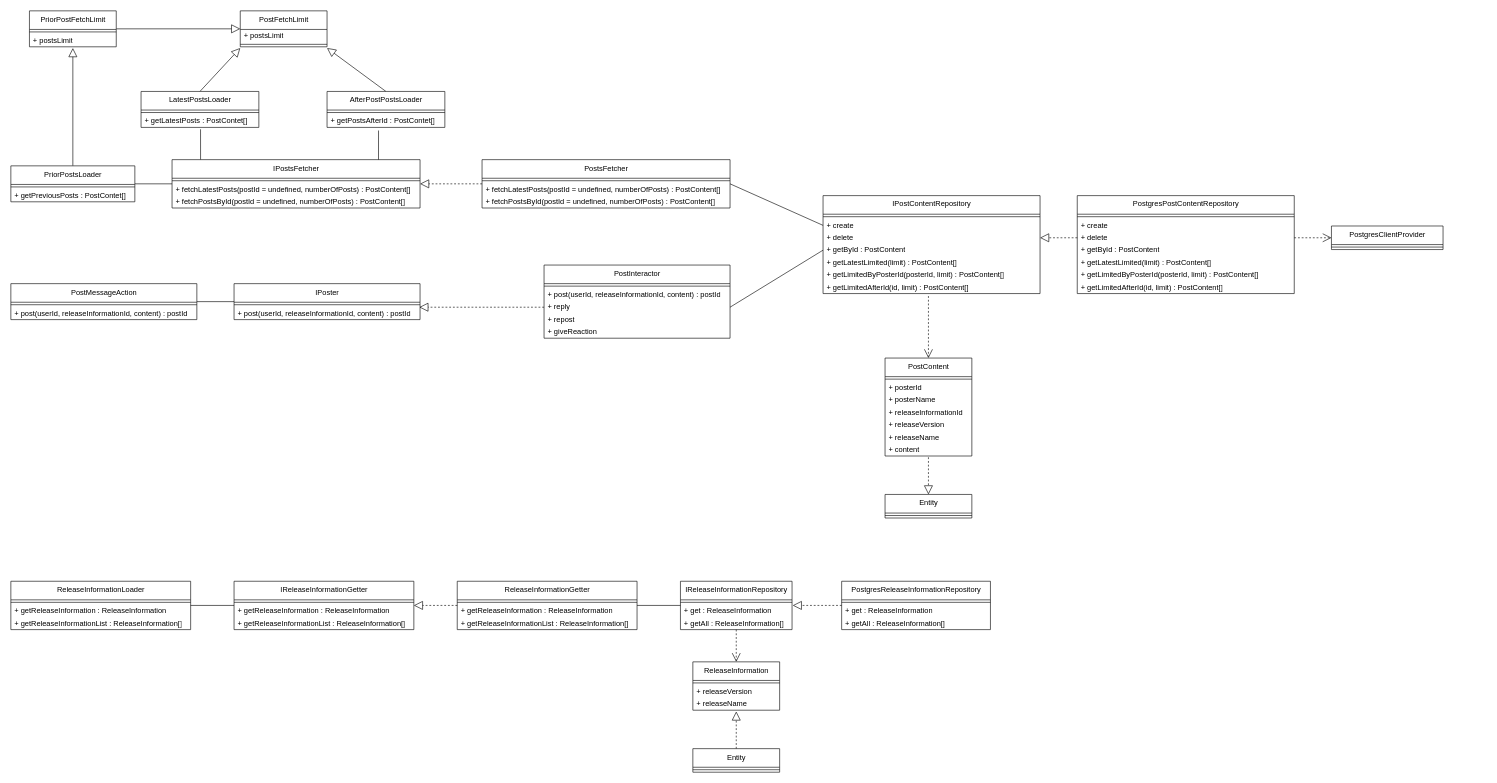
Before: page "PostModule" (5 of 7) of project-designs/class-diagrams/ff14-sns.drawio in Mouwf/FF14SNS, a draw.io diagram. Source tidied: cells renumbered, new cells numbered last; positions are measured from the earlier drawing's top-left corner, leaving out a move shared by most shapes. Both pictures are drawn from the tidied source at 62%, with x=0, y=0 at pixel (11, 11).
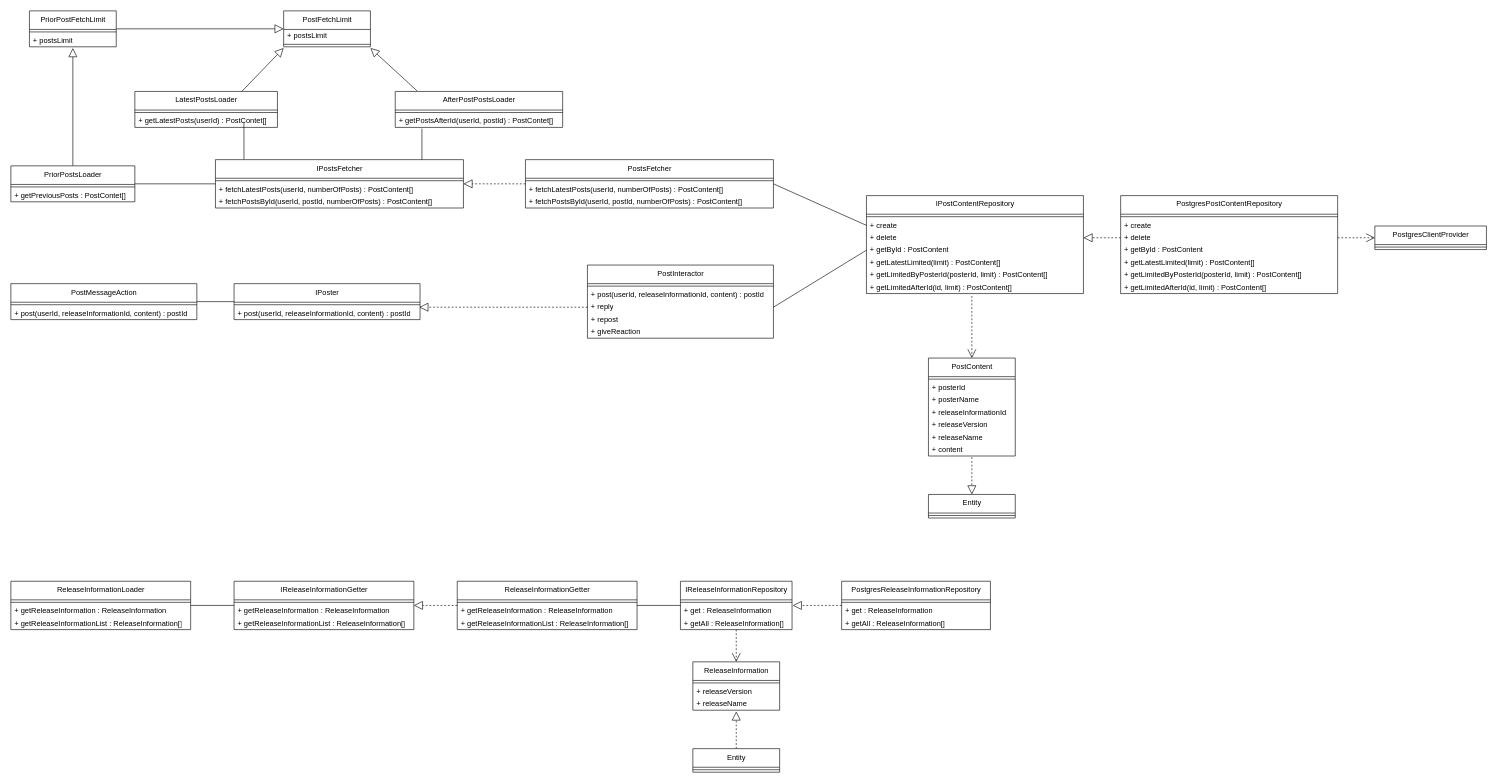
The same diagram, later.

Change to the diagram source:
```diff
@@
     <mxCell id="2" value="PostInteractor" style="swimlane;fontStyle=0;align=center;verticalAlign=top;horizontal=1;startSize=30;html=1;" parent="1" vertex="1">
-      <mxGeometry x="860" y="410" width="300" height="118" as="geometry" />
+      <mxGeometry x="930" y="410" width="300" height="118" as="geometry" />
     </mxCell>
@@
-    <mxCell id="8" style="edgeStyle=none;html=1;exitX=0.505;exitY=1.15;exitDx=0;exitDy=0;entryX=0.115;entryY=0;entryDx=0;entryDy=0;endArrow=none;endFill=0;exitPerimeter=0;entryPerimeter=0;" parent="1" edge="1" source="12" target="13">
+    <mxCell id="8" style="edgeStyle=none;html=1;exitX=0.765;exitY=0.6;exitDx=0;exitDy=0;entryX=0.115;entryY=0;entryDx=0;entryDy=0;endArrow=none;endFill=0;exitPerimeter=0;entryPerimeter=0;" parent="1" edge="1" source="12" target="13">
       <mxGeometry relative="1" as="geometry" />
     </mxCell>
-    <mxCell id="9" style="edgeStyle=none;html=1;exitX=0.5;exitY=0;exitDx=0;exitDy=0;endArrow=block;endFill=0;endSize=12;" parent="1" edge="1" source="10">
+    <mxCell id="9" style="edgeStyle=none;html=1;exitX=0.75;exitY=0;exitDx=0;exitDy=0;endArrow=block;endFill=0;endSize=12;" parent="1" edge="1" source="10">
       <mxGeometry relative="1" as="geometry">
-        <mxPoint x="370" y="60" as="targetPoint" />
+        <mxPoint x="440" y="60" as="targetPoint" />
       </mxGeometry>
     </mxCell>
     <mxCell id="10" value="LatestPostsLoader" style="swimlane;fontStyle=0;align=center;verticalAlign=top;horizontal=1;startSize=30;html=1;" parent="1" vertex="1">
-      <mxGeometry x="210" y="130" width="190" height="58" as="geometry" />
+      <mxGeometry x="200" y="130" width="230" height="58" as="geometry" />
     </mxCell>
     <mxCell id="11" style="line;strokeWidth=1;fillColor=none;align=left;verticalAlign=middle;spacingTop=-1;spacingLeft=3;spacingRight=3;labelPosition=right;" parent="10" vertex="1">
-      <mxGeometry y="30" width="190" height="8" as="geometry" />
+      <mxGeometry y="30" width="230" height="8" as="geometry" />
     </mxCell>
-    <mxCell id="12" value="+ getLatestPosts : PostContet[]" style="text;html=1;strokeColor=none;fillColor=none;align=left;verticalAlign=middle;spacingLeft=4;spacingRight=4;overflow=hidden;points=[[0,0.5],[1,0.5]];portConstraint=eastwest;" parent="10" vertex="1">
-      <mxGeometry y="38" width="190" height="20" as="geometry" />
+    <mxCell id="12" value="+ getLatestPosts(userId) : PostContet[]" style="text;html=1;strokeColor=none;fillColor=none;align=left;verticalAlign=middle;spacingLeft=4;spacingRight=4;overflow=hidden;points=[[0,0.5],[1,0.5]];portConstraint=eastwest;" parent="10" vertex="1">
+      <mxGeometry y="38" width="230" height="20" as="geometry" />
     </mxCell>
     <mxCell id="13" value="IPostsFetcher" style="swimlane;fontStyle=0;align=center;verticalAlign=top;horizontal=1;startSize=30;html=1;" parent="1" vertex="1">
-      <mxGeometry x="260" y="240" width="400" height="78" as="geometry" />
+      <mxGeometry x="330" y="240" width="400" height="78" as="geometry" />
     </mxCell>
@@
-    <mxCell id="15" value="+ fetchLatestPosts(postId = undefined, numberOfPosts) : PostContent[]" style="text;html=1;strokeColor=none;fillColor=none;align=left;verticalAlign=middle;spacingLeft=4;spacingRight=4;overflow=hidden;" parent="13" vertex="1">
+    <mxCell id="15" value="+ fetchLatestPosts(userId, numberOfPosts) : PostContent[]" style="text;html=1;strokeColor=none;fillColor=none;align=left;verticalAlign=middle;spacingLeft=4;spacingRight=4;overflow=hidden;" parent="13" vertex="1">
       <mxGeometry y="38" width="400" height="20" as="geometry" />
     </mxCell>
-    <mxCell id="16" value="+ fetchPostsById(postId = undefined, numberOfPosts) : PostContent[]" style="text;html=1;strokeColor=none;fillColor=none;align=left;verticalAlign=middle;spacingLeft=4;spacingRight=4;overflow=hidden;" parent="13" vertex="1">
+    <mxCell id="16" value="+ fetchPostsById(userId,&amp;nbsp;postId, numberOfPosts) : PostContent[]" style="text;html=1;strokeColor=none;fillColor=none;align=left;verticalAlign=middle;spacingLeft=4;spacingRight=4;overflow=hidden;" parent="13" vertex="1">
       <mxGeometry y="58" width="400" height="20" as="geometry" />
     </mxCell>
@@
     <mxCell id="19" value="PostsFetcher" style="swimlane;fontStyle=0;align=center;verticalAlign=top;horizontal=1;startSize=30;html=1;" parent="1" vertex="1">
-      <mxGeometry x="760" y="240" width="400" height="78" as="geometry" />
+      <mxGeometry x="830" y="240" width="400" height="78" as="geometry" />
     </mxCell>
@@
-    <mxCell id="21" value="+ fetchLatestPosts(postId = undefined, numberOfPosts) : PostContent[]" style="text;html=1;strokeColor=none;fillColor=none;align=left;verticalAlign=middle;spacingLeft=4;spacingRight=4;overflow=hidden;" parent="19" vertex="1">
+    <mxCell id="21" value="+ fetchLatestPosts(userId, numberOfPosts) : PostContent[]" style="text;html=1;strokeColor=none;fillColor=none;align=left;verticalAlign=middle;spacingLeft=4;spacingRight=4;overflow=hidden;" parent="19" vertex="1">
       <mxGeometry y="38" width="400" height="20" as="geometry" />
     </mxCell>
-    <mxCell id="22" value="+ fetchPostsById(postId = undefined, numberOfPosts) : PostContent[]" style="text;html=1;strokeColor=none;fillColor=none;align=left;verticalAlign=middle;spacingLeft=4;spacingRight=4;overflow=hidden;" parent="19" vertex="1">
+    <mxCell id="22" value="+ fetchPostsById(userId,&amp;nbsp;postId, numberOfPosts) : PostContent[]" style="text;html=1;strokeColor=none;fillColor=none;align=left;verticalAlign=middle;spacingLeft=4;spacingRight=4;overflow=hidden;" parent="19" vertex="1">
       <mxGeometry y="58" width="400" height="20" as="geometry" />
     </mxCell>
     <mxCell id="23" value="IPostContentRepository" style="swimlane;fontStyle=0;align=center;verticalAlign=top;horizontal=1;startSize=30;html=1;" parent="1" vertex="1">
-      <mxGeometry x="1310" y="298" width="350" height="158" as="geometry" />
+      <mxGeometry x="1380" y="298" width="350" height="158" as="geometry" />
     </mxCell>
@@
     <mxCell id="31" value="PostContent" style="swimlane;fontStyle=0;align=center;verticalAlign=top;horizontal=1;startSize=30;html=1;" parent="1" vertex="1">
-      <mxGeometry x="1410" y="560" width="140" height="158" as="geometry" />
+      <mxGeometry x="1480" y="560" width="140" height="158" as="geometry" />
     </mxCell>
@@
     <mxCell id="39" value="Entity" style="swimlane;fontStyle=0;align=center;verticalAlign=top;horizontal=1;startSize=30;html=1;" parent="1" vertex="1">
-      <mxGeometry x="1410" y="780" width="140" height="38" as="geometry" />
+      <mxGeometry x="1480" y="780" width="140" height="38" as="geometry" />
     </mxCell>
@@
     <mxCell id="41" style="edgeStyle=none;html=1;entryX=0.5;entryY=0;entryDx=0;entryDy=0;dashed=1;endArrow=open;endFill=0;endSize=12;" parent="1" edge="1" target="31">
       <mxGeometry relative="1" as="geometry">
-        <mxPoint x="1480" y="460" as="sourcePoint" />
+        <mxPoint x="1550" y="460" as="sourcePoint" />
       </mxGeometry>
     </mxCell>
@@
-    <mxCell id="47" style="edgeStyle=none;html=1;endArrow=none;endFill=0;exitX=0.437;exitY=1.25;exitDx=0;exitDy=0;exitPerimeter=0;" parent="1" edge="1" source="51">
+    <mxCell id="47" style="edgeStyle=none;html=1;endArrow=none;endFill=0;" parent="1" edge="1">
       <mxGeometry relative="1" as="geometry">
-        <mxPoint x="593" y="240" as="targetPoint" />
+        <mxPoint x="663" y="190" as="sourcePoint" />
+        <mxPoint x="663" y="240" as="targetPoint" />
       </mxGeometry>
     </mxCell>
-    <mxCell id="48" style="edgeStyle=none;html=1;exitX=0.5;exitY=0;exitDx=0;exitDy=0;endArrow=block;endFill=0;endSize=12;" parent="1" edge="1" source="49">
+    <mxCell id="48" style="edgeStyle=none;html=1;exitX=0.13;exitY=-0.017;exitDx=0;exitDy=0;endArrow=block;endFill=0;endSize=12;exitPerimeter=0;" parent="1" edge="1" source="49">
       <mxGeometry relative="1" as="geometry">
-        <mxPoint x="510" y="60" as="targetPoint" />
+        <mxPoint x="580" y="60" as="targetPoint" />
       </mxGeometry>
     </mxCell>
     <mxCell id="49" value="AfterPostPostsLoader" style="swimlane;fontStyle=0;align=center;verticalAlign=top;horizontal=1;startSize=30;html=1;" parent="1" vertex="1">
-      <mxGeometry x="510" y="130" width="190" height="58" as="geometry" />
+      <mxGeometry x="620" y="130" width="270" height="58" as="geometry" />
     </mxCell>
     <mxCell id="50" style="line;strokeWidth=1;fillColor=none;align=left;verticalAlign=middle;spacingTop=-1;spacingLeft=3;spacingRight=3;labelPosition=right;" parent="49" vertex="1">
-      <mxGeometry y="30" width="190" height="8" as="geometry" />
+      <mxGeometry y="30" width="270" height="8" as="geometry" />
     </mxCell>
-    <mxCell id="51" value="+ getPostsAfterId : PostContet[]" style="text;html=1;strokeColor=none;fillColor=none;align=left;verticalAlign=middle;spacingLeft=4;spacingRight=4;overflow=hidden;points=[[0,0.5],[1,0.5]];portConstraint=eastwest;" parent="49" vertex="1">
-      <mxGeometry y="38" width="190" height="20" as="geometry" />
+    <mxCell id="51" value="+ getPostsAfterId(userId, postId) : PostContet[]" style="text;html=1;strokeColor=none;fillColor=none;align=left;verticalAlign=middle;spacingLeft=4;spacingRight=4;overflow=hidden;points=[[0,0.5],[1,0.5]];portConstraint=eastwest;" parent="49" vertex="1">
+      <mxGeometry y="38" width="270" height="20" as="geometry" />
     </mxCell>
     <mxCell id="52" value="PostFetchLimit" style="swimlane;fontStyle=0;align=center;verticalAlign=top;horizontal=1;startSize=30;html=1;" parent="1" vertex="1">
-      <mxGeometry x="370" width="140" height="58" as="geometry" />
+      <mxGeometry x="440" width="140" height="58" as="geometry" />
     </mxCell>
@@
     <mxCell id="92" value="PostgresClientProvider" style="swimlane;fontStyle=0;align=center;verticalAlign=top;horizontal=1;startSize=30;html=1;" parent="1" vertex="1">
-      <mxGeometry x="2130" y="347" width="180" height="38" as="geometry" />
+      <mxGeometry x="2200" y="347" width="180" height="38" as="geometry" />
     </mxCell>
@@
     <mxCell id="103" value="PostgresPostContentRepository" style="swimlane;fontStyle=0;align=center;verticalAlign=top;horizontal=1;startSize=30;html=1;" parent="1" vertex="1">
-      <mxGeometry x="1720" y="298" width="350" height="158" as="geometry" />
+      <mxGeometry x="1790" y="298" width="350" height="158" as="geometry" />
     </mxCell>
```
